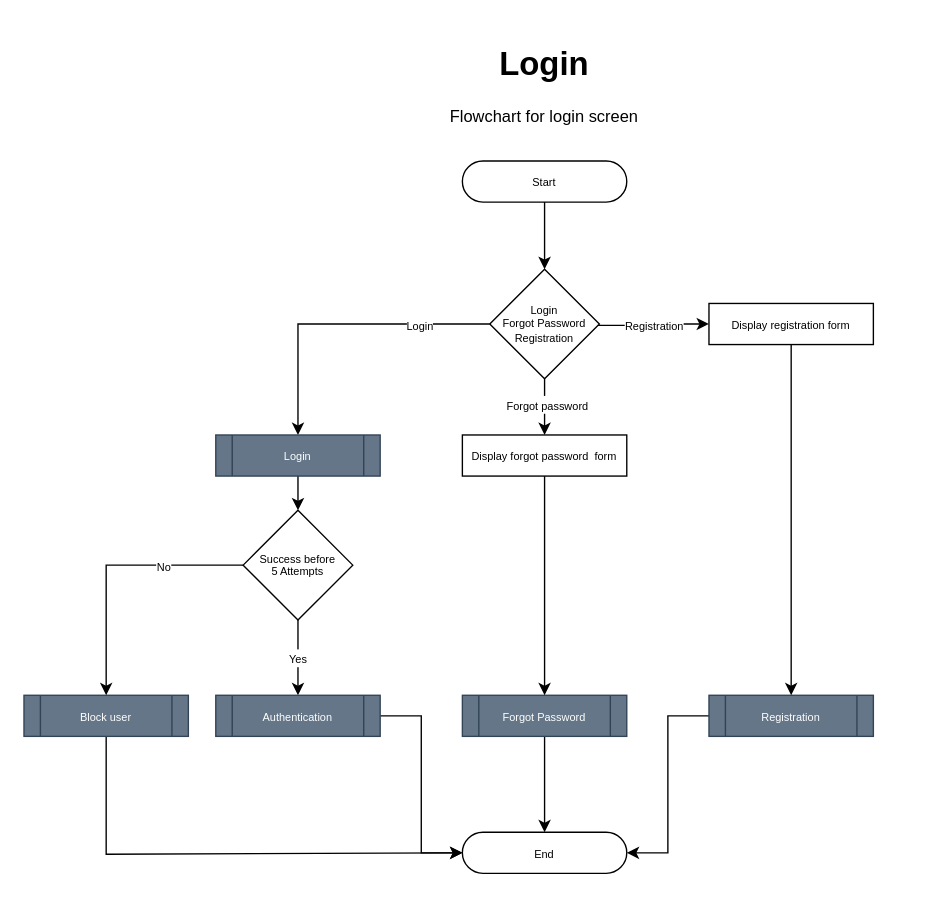
Before: page "Login Screen" (1 of 5) of login.drawio in madeofeffort/flowcharts, a draw.io diagram. Source tidied: cells renumbered, new cells numbered last; positions are measured from the earlier drawing's top-left corner, leaving out a move shared by most shapes. Both pictures are drawn from the tidied source at 137%, with x=0, y=0 at pixel (23, 37).
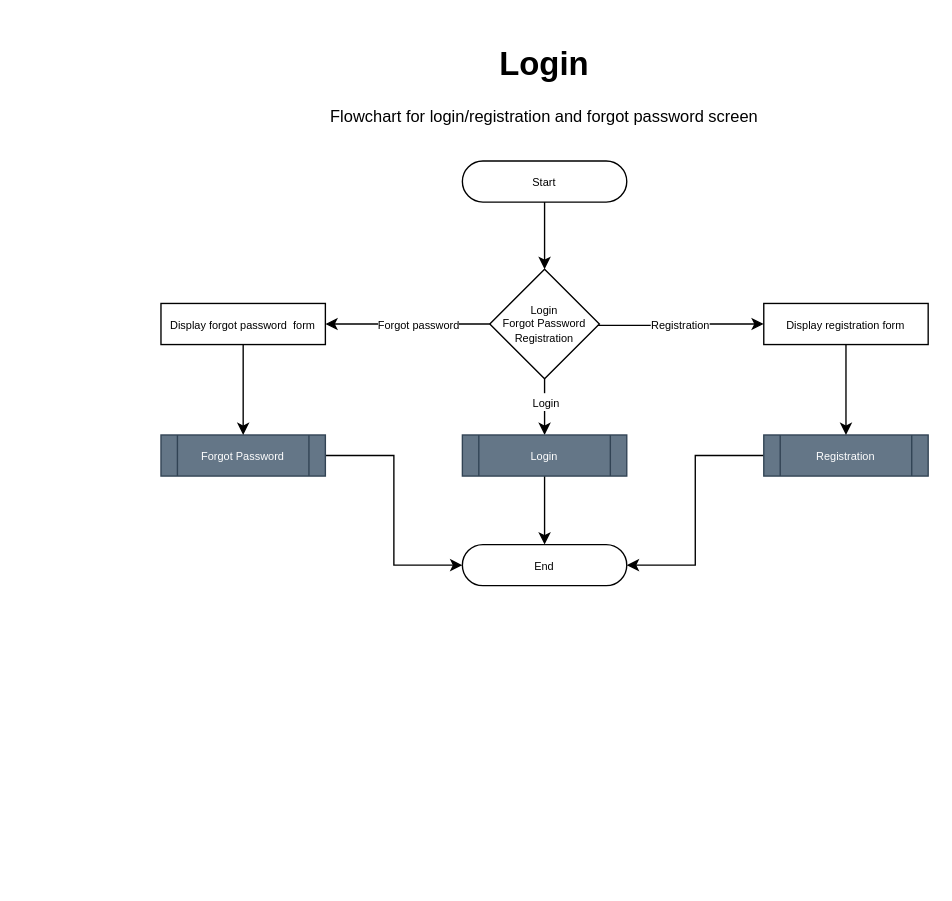
The same diagram, later.

Unchanged cells that the change refers to:
```xml
<mxCell id="10" value="&lt;p style=&quot;line-height: 80%;&quot;&gt;&lt;span style=&quot;font-size: 8px;&quot;&gt;Login&lt;br&gt;Forgot Password&lt;br&gt;Registration&lt;br&gt;&lt;/span&gt;&lt;/p&gt;" style="rhombus;whiteSpace=wrap;html=1;" parent="1" vertex="1">
  <mxGeometry x="340" y="169" width="80" height="80" as="geometry" />
</mxCell>
```

Diff of the diagram source:
```diff
@@
-    <mxCell id="2" value="&lt;h1&gt;Login&lt;/h1&gt;&lt;p&gt;Flowchart for login screen&lt;/p&gt;" style="text;html=1;strokeColor=none;fillColor=none;spacing=5;spacingTop=-20;whiteSpace=wrap;overflow=hidden;rounded=0;align=center;" parent="1" vertex="1">
-      <mxGeometry x="245" width="270" height="70" as="geometry" />
+    <mxCell id="2" value="&lt;h1&gt;Login&lt;/h1&gt;&lt;p&gt;Flowchart for login/registration and forgot password screen&lt;/p&gt;" style="text;html=1;strokeColor=none;fillColor=none;spacing=5;spacingTop=-20;whiteSpace=wrap;overflow=hidden;rounded=0;align=center;" parent="1" vertex="1">
+      <mxGeometry x="195" width="370" height="70" as="geometry" />
     </mxCell>
@@
-    <mxCell id="5" style="edgeStyle=orthogonalEdgeStyle;rounded=0;jettySize=auto;html=1;" parent="1" edge="1" source="10" target="17">
+    <mxCell id="5" style="edgeStyle=orthogonalEdgeStyle;rounded=0;jettySize=auto;html=1;entryX=1;entryY=0.5;entryDx=0;entryDy=0;" parent="1" edge="1" source="10" target="21">
       <mxGeometry relative="1" as="geometry" />
     </mxCell>
-    <mxCell id="6" value="&lt;font style=&quot;font-size: 8px;&quot;&gt;Login&lt;/font&gt;" style="edgeLabel;html=1;align=center;verticalAlign=middle;" parent="5" vertex="1">
+    <mxCell id="6" value="&lt;font style=&quot;font-size: 8px;&quot;&gt;Forgot password&lt;/font&gt;" style="edgeLabel;html=1;align=center;verticalAlign=middle;" parent="5" vertex="1">
       <mxGeometry x="-0.53" y="1" relative="1" as="geometry">
-        <mxPoint y="-1" as="offset" />
+        <mxPoint x="-25" y="-2" as="offset" />
       </mxGeometry>
     </mxCell>
-    <mxCell id="7" style="edgeStyle=orthogonalEdgeStyle;rounded=0;jettySize=auto;html=1;entryX=0.5;entryY=0;entryDx=0;entryDy=0;" parent="1" edge="1" source="10" target="21">
-      <mxGeometry relative="1" as="geometry" />
-    </mxCell>
-    <mxCell id="8" value="&lt;font style=&quot;font-size: 8px;&quot;&gt;Forgot password&lt;/font&gt;" style="edgeLabel;html=1;align=center;verticalAlign=middle;" parent="7" vertex="1">
-      <mxGeometry x="-0.12" y="1" relative="1" as="geometry" />
-    </mxCell>
@@
+    <mxCell id="30" style="edgeStyle=orthogonalEdgeStyle;rounded=0;jettySize=auto;html=1;entryX=0.5;entryY=0;entryDx=0;entryDy=0;" parent="1" edge="1" source="10" target="17">
+      <mxGeometry relative="1" as="geometry" />
+    </mxCell>
+    <mxCell id="31" value="&lt;font style=&quot;font-size: 8px;&quot;&gt;Login&lt;/font&gt;" style="edgeLabel;html=1;align=center;verticalAlign=middle;" parent="30" vertex="1">
+      <mxGeometry x="-0.02" y="1" relative="1" as="geometry">
+        <mxPoint x="-1" y="-4" as="offset" />
+      </mxGeometry>
+    </mxCell>
@@
     <mxCell id="11" value="&lt;p style=&quot;line-height: 100%;&quot;&gt;&lt;font style=&quot;font-size: 8px;&quot;&gt;End&lt;/font&gt;&lt;/p&gt;" style="rounded=1;whiteSpace=wrap;html=1;arcSize=50;" parent="1" vertex="1">
-      <mxGeometry x="320" y="580" width="120" height="30" as="geometry" />
+      <mxGeometry x="320" y="370" width="120" height="30" as="geometry" />
     </mxCell>
@@
     <mxCell id="13" value="&lt;font style=&quot;font-size: 8px;&quot;&gt;Registration&lt;/font&gt;" style="shape=process;whiteSpace=wrap;html=1;backgroundOutline=1;fillColor=#647687;fontColor=#ffffff;strokeColor=#314354;" parent="1" vertex="1">
-      <mxGeometry x="500" y="480" width="120" height="30" as="geometry" />
+      <mxGeometry x="540" y="290" width="120" height="30" as="geometry" />
     </mxCell>
-    <mxCell id="14" style="edgeStyle=orthogonalEdgeStyle;rounded=0;jettySize=auto;html=1;entryX=0.5;entryY=0;entryDx=0;entryDy=0;" parent="1" edge="1" source="15" target="11">
+    <mxCell id="14" style="edgeStyle=orthogonalEdgeStyle;rounded=0;jettySize=auto;html=1;entryX=0;entryY=0.5;entryDx=0;entryDy=0;" parent="1" edge="1" source="15" target="11">
       <mxGeometry relative="1" as="geometry" />
     </mxCell>
     <mxCell id="15" value="&lt;font style=&quot;font-size: 8px;&quot;&gt;Forgot Password&lt;/font&gt;" style="shape=process;whiteSpace=wrap;html=1;backgroundOutline=1;fillColor=#647687;strokeColor=#314354;fontColor=#ffffff;" parent="1" vertex="1">
-      <mxGeometry x="320" y="480" width="120" height="30" as="geometry" />
+      <mxGeometry x="100" y="290" width="120" height="30" as="geometry" />
     </mxCell>
-    <mxCell id="16" style="edgeStyle=orthogonalEdgeStyle;rounded=0;jettySize=auto;html=1;entryX=0.5;entryY=0;entryDx=0;entryDy=0;" parent="1" edge="1" source="17" target="27">
-      <mxGeometry relative="1" as="geometry" />
-    </mxCell>
+    <mxCell id="32" style="edgeStyle=orthogonalEdgeStyle;rounded=0;jettySize=auto;html=1;entryX=0.5;entryY=0;entryDx=0;entryDy=0;" parent="1" edge="1" source="17" target="11">
+      <mxGeometry relative="1" as="geometry" />
+    </mxCell>
     <mxCell id="17" value="&lt;font style=&quot;font-size: 8px;&quot;&gt;Login&lt;/font&gt;" style="shape=process;whiteSpace=wrap;html=1;backgroundOutline=1;fillColor=#647687;strokeColor=#314354;fontColor=#ffffff;" parent="1" vertex="1">
-      <mxGeometry x="140" y="290" width="120" height="30" as="geometry" />
+      <mxGeometry x="320" y="290" width="120" height="30" as="geometry" />
     </mxCell>
@@
     <mxCell id="19" value="&lt;font style=&quot;font-size: 8px;&quot;&gt;Display registration form&lt;/font&gt;" style="rounded=0;whiteSpace=wrap;html=1;" parent="1" vertex="1">
-      <mxGeometry x="500" y="194" width="120" height="30" as="geometry" />
+      <mxGeometry x="540" y="194" width="120" height="30" as="geometry" />
     </mxCell>
@@
     <mxCell id="21" value="&lt;font style=&quot;font-size: 8px;&quot;&gt;Display forgot password&amp;nbsp; form&lt;/font&gt;" style="rounded=0;whiteSpace=wrap;html=1;" parent="1" vertex="1">
-      <mxGeometry x="320" y="290" width="120" height="30" as="geometry" />
+      <mxGeometry x="100" y="194" width="120" height="30" as="geometry" />
     </mxCell>
-    <mxCell id="22" style="edgeStyle=orthogonalEdgeStyle;rounded=0;jettySize=auto;html=1;entryX=0;entryY=0.5;entryDx=0;entryDy=0;" parent="1" edge="1" source="23" target="11">
-      <mxGeometry relative="1" as="geometry">
-        <Array as="points">
-          <mxPoint x="60" y="596" />
-        </Array>
-      </mxGeometry>
-    </mxCell>
-    <mxCell id="23" value="&lt;font style=&quot;font-size: 8px;&quot;&gt;Block user&lt;/font&gt;" style="shape=process;whiteSpace=wrap;html=1;backgroundOutline=1;fillColor=#647687;strokeColor=#314354;fontColor=#ffffff;" parent="1" vertex="1">
-      <mxGeometry y="480" width="120" height="30" as="geometry" />
-    </mxCell>
-    <mxCell id="24" style="edgeStyle=orthogonalEdgeStyle;rounded=0;jettySize=auto;html=1;entryX=0.5;entryY=0;entryDx=0;entryDy=0;" parent="1" edge="1" source="27" target="23">
-      <mxGeometry relative="1" as="geometry" />
-    </mxCell>
-    <mxCell id="25" value="&lt;font style=&quot;font-size: 8px;&quot;&gt;No&lt;/font&gt;" style="edgeLabel;html=1;align=center;verticalAlign=middle;" parent="24" vertex="1">
-      <mxGeometry x="-0.39" relative="1" as="geometry" />
-    </mxCell>
-    <mxCell id="26" value="&lt;font style=&quot;font-size: 8px;&quot;&gt;Yes&lt;/font&gt;" style="edgeStyle=orthogonalEdgeStyle;rounded=0;jettySize=auto;html=1;entryX=0.5;entryY=0;entryDx=0;entryDy=0;" parent="1" edge="1" source="27" target="29">
-      <mxGeometry relative="1" as="geometry">
-        <Array as="points">
-          <mxPoint x="200" y="450" />
-          <mxPoint x="200" y="450" />
-        </Array>
-      </mxGeometry>
-    </mxCell>
-    <mxCell id="27" value="&lt;p style=&quot;line-height: 30%;&quot;&gt;&lt;span style=&quot;font-size: 8px;&quot;&gt;Success before&lt;br&gt;&lt;/span&gt;&lt;span style=&quot;font-size: 8px; background-color: initial;&quot;&gt;&lt;br&gt;5 Attempts&lt;/span&gt;&lt;/p&gt;" style="rhombus;whiteSpace=wrap;html=1;" parent="1" vertex="1">
-      <mxGeometry x="160" y="345" width="80" height="80" as="geometry" />
-    </mxCell>
-    <mxCell id="28" style="edgeStyle=orthogonalEdgeStyle;rounded=0;jettySize=auto;html=1;entryX=0;entryY=0.5;entryDx=0;entryDy=0;" parent="1" edge="1" source="29" target="11">
-      <mxGeometry relative="1" as="geometry" />
-    </mxCell>
-    <mxCell id="29" value="&lt;font style=&quot;font-size: 8px;&quot;&gt;Authentication&lt;/font&gt;" style="shape=process;whiteSpace=wrap;html=1;backgroundOutline=1;fillColor=#647687;strokeColor=#314354;fontColor=#ffffff;" parent="1" vertex="1">
-      <mxGeometry x="140" y="480" width="120" height="30" as="geometry" />
-    </mxCell>
```
